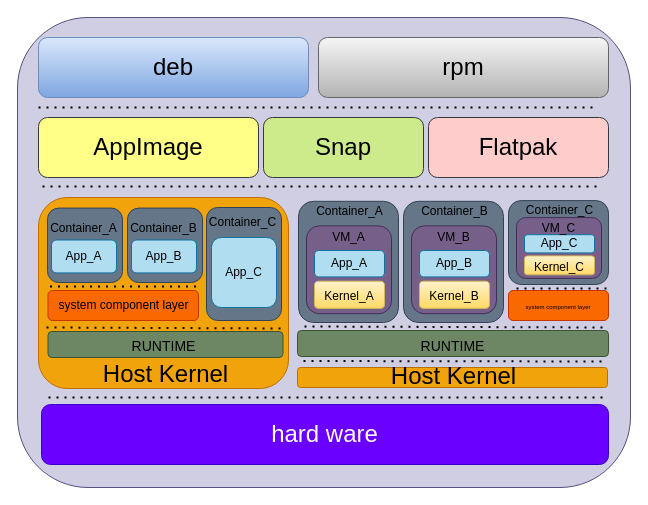
This is appcomparch.drawio from Doorer/draw.io-1, a draw.io file, before an edit. Source tidied: cells renumbered, new cells numbered last; positions are measured from the earlier drawing's top-left corner, leaving out a move shared by most shapes. Both pictures are drawn from the tidied source at 100%, with x=0, y=0 at pixel (17, 17).
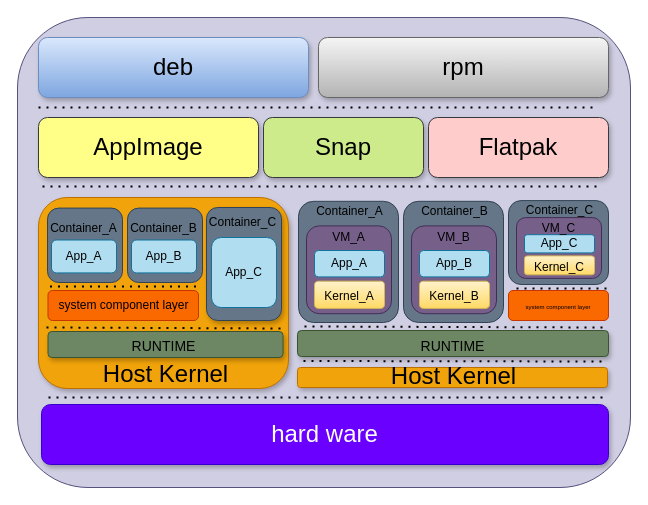
The same page after the edit.

Unchanged cells that the change refers to:
```xml
<mxCell id="59" style="group;" parent="1" vertex="1">
  <mxGeometry x="185" y="181.1" width="80" height="121.9" as="geometry" />
</mxCell>
```

What changed in the source:
```diff
@@
-    <mxCell id="3" style="rounded=1;whiteSpace=wrap;html=1;fontSize=24;fontColor=#000000;strokeColor=#BD7000;fillColor=#f0a30a;" parent="1" vertex="1">
+    <mxCell id="3" style="rounded=1;whiteSpace=wrap;html=1;fontSize=24;fontColor=#000000;strokeColor=#BD7000;fillColor=#f0a30a;shadow=1;" parent="1" vertex="1">
       <mxGeometry x="21" y="180" width="250" height="191" as="geometry" />
     </mxCell>
-    <mxCell id="4" style="rounded=1;whiteSpace=wrap;html=1;fontSize=24;fillColor=#f0a30a;fontColor=#000000;strokeColor=#BD7000;" parent="1" vertex="1">
+    <mxCell id="4" style="rounded=1;whiteSpace=wrap;html=1;fontSize=24;fillColor=#f0a30a;fontColor=#000000;strokeColor=#BD7000;shadow=1;" parent="1" vertex="1">
       <mxGeometry x="280" y="350" width="310" height="20" as="geometry" />
     </mxCell>
-    <mxCell id="5" value="&lt;font style=&quot;font-size: 24px&quot;&gt;deb&lt;/font&gt;" style="rounded=1;whiteSpace=wrap;html=1;fillColor=#dae8fc;gradientColor=#7ea6e0;strokeColor=#6c8ebf;" parent="1" vertex="1">
+    <mxCell id="5" value="&lt;font style=&quot;font-size: 24px&quot;&gt;deb&lt;/font&gt;" style="rounded=1;whiteSpace=wrap;html=1;fillColor=#dae8fc;gradientColor=#7ea6e0;strokeColor=#6c8ebf;shadow=1;" parent="1" vertex="1">
       <mxGeometry x="21" y="20" width="270" height="60" as="geometry" />
     </mxCell>
-    <mxCell id="6" value="rpm" style="rounded=1;whiteSpace=wrap;html=1;fontSize=24;fillColor=#f5f5f5;gradientColor=#b3b3b3;strokeColor=#666666;" parent="1" vertex="1">
+    <mxCell id="6" value="rpm" style="rounded=1;whiteSpace=wrap;html=1;fontSize=24;fillColor=#f5f5f5;gradientColor=#b3b3b3;strokeColor=#666666;shadow=1;" parent="1" vertex="1">
       <mxGeometry x="301" y="20" width="290" height="60" as="geometry" />
     </mxCell>
-    <mxCell id="7" value="AppImage" style="rounded=1;whiteSpace=wrap;html=1;fontSize=24;fillColor=#ffff88;strokeColor=#36393d;" parent="1" vertex="1">
+    <mxCell id="7" value="AppImage" style="rounded=1;whiteSpace=wrap;html=1;fontSize=24;fillColor=#ffff88;strokeColor=#36393d;shadow=1;" parent="1" vertex="1">
       <mxGeometry x="21" y="100" width="220" height="60" as="geometry" />
     </mxCell>
-    <mxCell id="8" value="Snap" style="rounded=1;whiteSpace=wrap;html=1;fontSize=24;fillColor=#cdeb8b;strokeColor=#36393d;" parent="1" vertex="1">
+    <mxCell id="8" value="Snap" style="rounded=1;whiteSpace=wrap;html=1;fontSize=24;fillColor=#cdeb8b;strokeColor=#36393d;shadow=1;" parent="1" vertex="1">
       <mxGeometry x="246" y="100" width="160" height="60" as="geometry" />
     </mxCell>
-    <mxCell id="9" value="Flatpak" style="rounded=1;whiteSpace=wrap;html=1;fontSize=24;fillColor=#ffcccc;strokeColor=#36393d;" parent="1" vertex="1">
+    <mxCell id="9" value="Flatpak" style="rounded=1;whiteSpace=wrap;html=1;fontSize=24;fillColor=#ffcccc;strokeColor=#36393d;shadow=1;" parent="1" vertex="1">
       <mxGeometry x="411" y="100" width="180" height="60" as="geometry" />
     </mxCell>
@@
-    <mxCell id="11" value="hard ware" style="rounded=1;whiteSpace=wrap;html=1;fontSize=24;fillColor=#6a00ff;fontColor=#ffffff;strokeColor=#3700CC;" parent="1" vertex="1">
+    <mxCell id="11" value="hard ware" style="rounded=1;whiteSpace=wrap;html=1;fontSize=24;fillColor=#6a00ff;fontColor=#ffffff;strokeColor=#3700CC;shadow=1;" parent="1" vertex="1">
       <mxGeometry x="24" y="387" width="567" height="60" as="geometry" />
     </mxCell>
@@
-    <mxCell id="16" style="rounded=1;whiteSpace=wrap;html=1;fontSize=24;fontColor=#ffffff;strokeColor=#3A5431;fillColor=#6d8764;" parent="1" vertex="1">
+    <mxCell id="16" style="rounded=1;whiteSpace=wrap;html=1;fontSize=24;fontColor=#ffffff;strokeColor=#3A5431;fillColor=#6d8764;shadow=1;" parent="1" vertex="1">
       <mxGeometry x="30.5" y="314" width="235" height="26" as="geometry" />
     </mxCell>
@@
-    <mxCell id="20" style="group;" parent="1" vertex="1">
+    <mxCell id="20" style="group;shadow=1;" parent="1" vertex="1">
       <mxGeometry x="26" y="180" width="160" height="85" as="geometry" />
     </mxCell>
@@
-    <mxCell id="30" style="group;" parent="1" vertex="1">
+    <mxCell id="30" style="group;shadow=1;rounded=1;" parent="1" vertex="1">
       <mxGeometry x="281" y="175" width="100" height="130" as="geometry" />
     </mxCell>
@@
-    <mxCell id="38" value="&lt;span style=&quot;color: rgb(0 , 0 , 0) ; font-size: 14px&quot;&gt;RUNTIME&lt;/span&gt;" style="rounded=1;whiteSpace=wrap;html=1;fontSize=24;fontColor=#ffffff;strokeColor=#3A5431;fillColor=#6d8764;" parent="1" vertex="1">
+    <mxCell id="38" value="&lt;span style=&quot;color: rgb(0 , 0 , 0) ; font-size: 14px&quot;&gt;RUNTIME&lt;/span&gt;" style="rounded=1;whiteSpace=wrap;html=1;fontSize=24;fontColor=#ffffff;strokeColor=#3A5431;fillColor=#6d8764;shadow=1;" parent="1" vertex="1">
       <mxGeometry x="280" y="313" width="311" height="26" as="geometry" />
     </mxCell>
-    <mxCell id="39" style="group;" parent="1" vertex="1">
+    <mxCell id="39" style="group;shadow=1;rounded=1;" parent="1" vertex="1">
       <mxGeometry x="386" y="175" width="100" height="130" as="geometry" />
     </mxCell>
@@
-    <mxCell id="47" style="group;" parent="1" vertex="1">
+    <mxCell id="47" style="group;rounded=1;shadow=1;" parent="1" vertex="1">
       <mxGeometry x="491" y="177" width="100" height="90" as="geometry" />
     </mxCell>
@@
-    <mxCell id="60" style="rounded=1;whiteSpace=wrap;html=1;fontSize=24;fillColor=#647687;fontColor=#ffffff;strokeColor=#314354;" parent="59" vertex="1">
+    <mxCell id="60" style="rounded=1;whiteSpace=wrap;html=1;fontSize=24;fillColor=#647687;fontColor=#ffffff;strokeColor=#314354;shadow=1;" parent="59" vertex="1">
       <mxGeometry x="4" y="8.9" width="75" height="113" as="geometry" />
     </mxCell>
```
